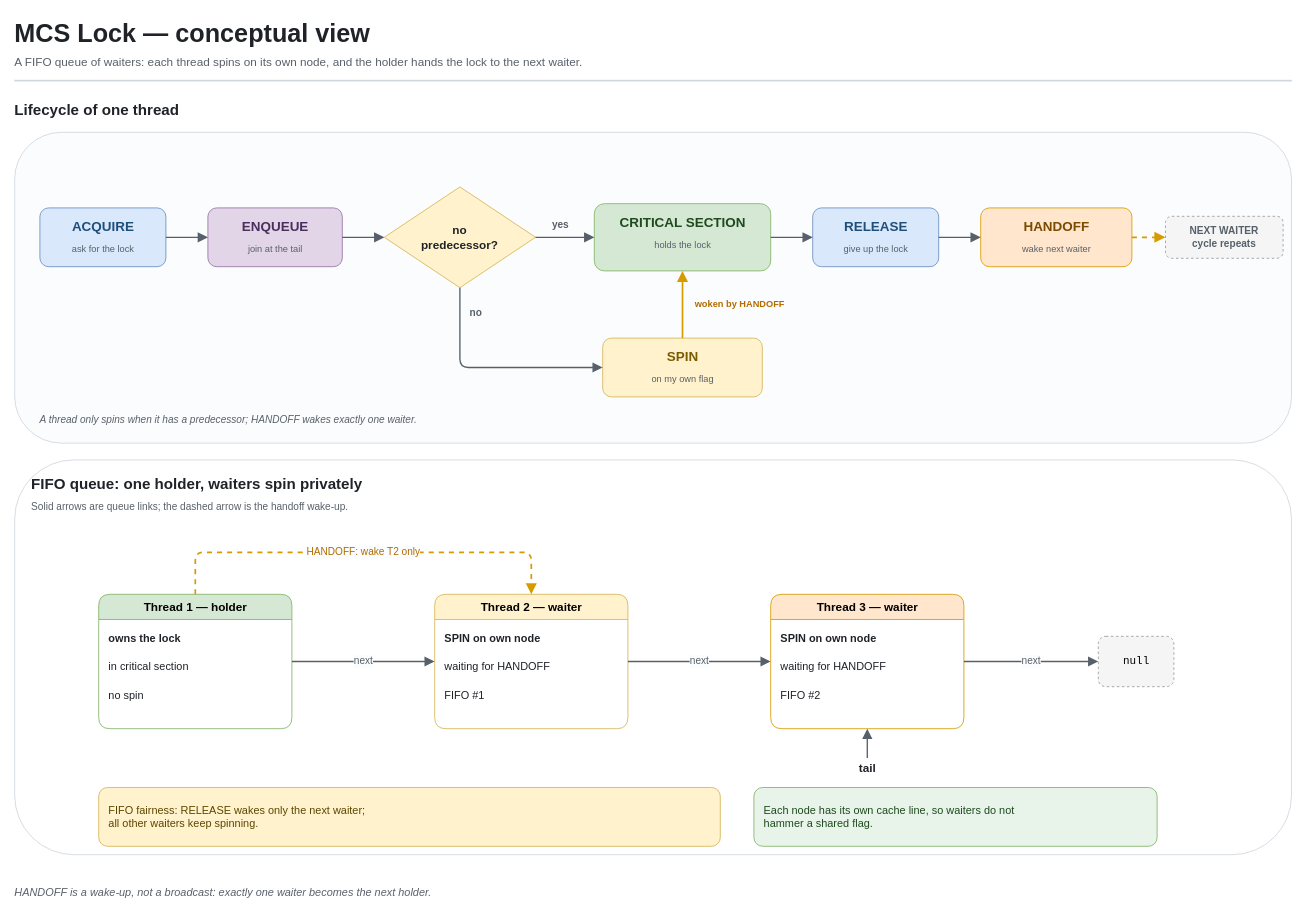
Before: report/figures/mcs_concept.drawio in Kairuss2411/Parallel-Computing-Assigment-1, a draw.io diagram. Source tidied: cells renumbered, new cells numbered last; positions are measured from the earlier drawing's top-left corner, leaving out a move shared by most shapes. Both pictures are drawn from the tidied source at 84%, with x=0, y=0 at pixel (14, 14).
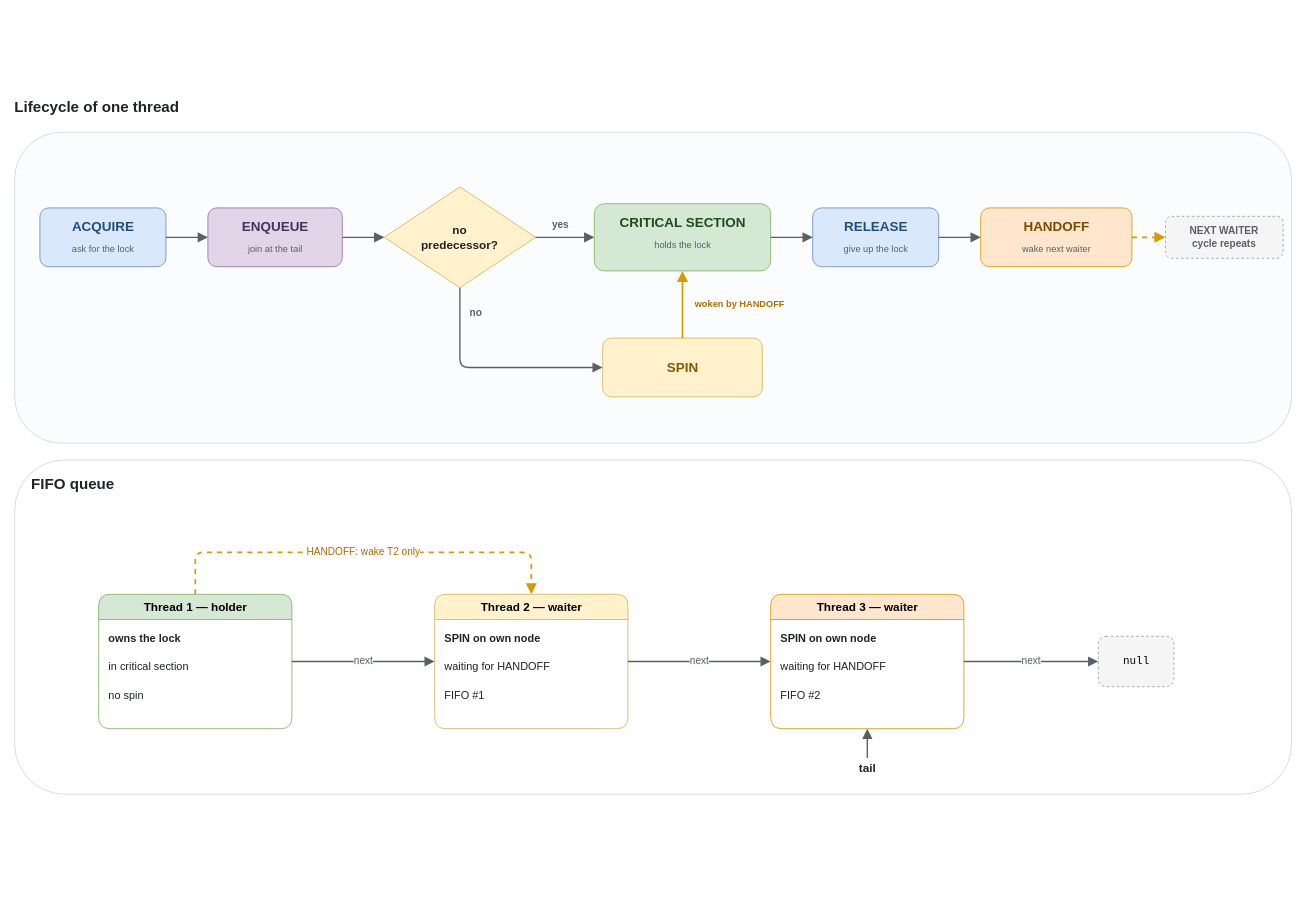
The same diagram, later.

Commit message (it also covers changes not shown here):
Update MCS concept diagram

The change refers to these unchanged cells:
```xml
<mxCell id="25" style="rounded=1;html=1;fillColor=#fff2cc;strokeColor=#d6b656;" parent="1" vertex="1">
  <mxGeometry x="700" y="385" width="190" height="70" as="geometry" />
</mxCell>
```

Diff of the diagram source:
```diff
@@
-    <mxCell id="2" value="MCS Lock — conceptual view" style="text;html=1;whiteSpace=nowrap;align=left;verticalAlign=middle;fontSize=30;fontColor=#1f2328;fontFamily=Helvetica;spacing=0;fontStyle=1;" parent="1" vertex="1">
-      <mxGeometry width="1520" height="44" as="geometry" />
-    </mxCell>
-    <mxCell id="3" value="A FIFO queue of waiters: each thread spins on its own node, and the holder hands the lock to the next waiter." style="text;html=1;whiteSpace=nowrap;align=left;verticalAlign=middle;fontSize=14;fontColor=#57606a;fontFamily=Helvetica;spacing=0;" parent="1" vertex="1">
-      <mxGeometry y="44" width="1520" height="26" as="geometry" />
-    </mxCell>
-    <mxCell id="4" style="rounded=0;html=1;fillColor=none;strokeColor=#d0d7de;strokeWidth=1;" parent="1" vertex="1">
-      <mxGeometry y="78" width="1520" height="1" as="geometry" />
-    </mxCell>
     <mxCell id="5" value="Lifecycle of one thread" style="text;html=1;whiteSpace=nowrap;align=left;verticalAlign=middle;fontSize=18;fontColor=#1f2328;fontFamily=Helvetica;spacing=0;fontStyle=1;" parent="1" vertex="1">
-      <mxGeometry y="100" width="900" height="28" as="geometry" />
+      <mxGeometry y="96" width="900" height="28" as="geometry" />
     </mxCell>
@@
-    <mxCell id="7" value="A thread only spins when it has a predecessor; HANDOFF wakes exactly one waiter." style="text;html=1;whiteSpace=nowrap;align=left;verticalAlign=middle;fontSize=12;fontColor=#57606a;fontFamily=Helvetica;spacing=0;fontStyle=2;" parent="1" vertex="1">
-      <mxGeometry x="30" y="470" width="1400" height="24" as="geometry" />
-    </mxCell>
@@
     <mxCell id="26" value="SPIN" style="text;html=1;whiteSpace=nowrap;align=center;verticalAlign=middle;fontSize=16;fontColor=#7a5b00;fontFamily=Helvetica;spacing=0;fontStyle=1;" parent="25" vertex="1">
-      <mxGeometry y="8" width="190" height="28" as="geometry" />
+      <mxGeometry y="21" width="190" height="28" as="geometry" />
     </mxCell>
-    <mxCell id="27" value="on my own flag" style="text;html=1;whiteSpace=nowrap;align=center;verticalAlign=middle;fontSize=11;fontColor=#57606a;fontFamily=Helvetica;spacing=0;" parent="25" vertex="1">
-      <mxGeometry y="38" width="190" height="22" as="geometry" />
-    </mxCell>
@@
     <mxCell id="39" style="rounded=1;html=1;fillColor=#ffffff;strokeColor=#d0d7de;" parent="1" vertex="1">
-      <mxGeometry y="530" width="1520" height="470" as="geometry" />
+      <mxGeometry y="530" width="1520" height="398" as="geometry" />
     </mxCell>
-    <mxCell id="40" value="FIFO queue: one holder, waiters spin privately" style="text;html=1;whiteSpace=nowrap;align=left;verticalAlign=middle;fontSize=18;fontColor=#1f2328;fontFamily=Helvetica;spacing=0;fontStyle=1;" parent="1" vertex="1">
+    <mxCell id="40" value="FIFO queue" style="text;html=1;whiteSpace=nowrap;align=left;verticalAlign=middle;fontSize=18;fontColor=#1f2328;fontFamily=Helvetica;spacing=0;fontStyle=1;" parent="1" vertex="1">
       <mxGeometry x="20" y="545" width="1200" height="28" as="geometry" />
     </mxCell>
-    <mxCell id="41" value="Solid arrows are queue links; the dashed arrow is the handoff wake-up." style="text;html=1;whiteSpace=nowrap;align=left;verticalAlign=middle;fontSize=12;fontColor=#57606a;fontFamily=Helvetica;spacing=0;" parent="1" vertex="1">
-      <mxGeometry x="20" y="575" width="1200" height="22" as="geometry" />
-    </mxCell>
@@
-    <mxCell id="61" value="FIFO fairness: RELEASE wakes only the next waiter;&#10;all other waiters keep spinning." style="rounded=1;html=1;fillColor=#fff2cc;strokeColor=#d6b656;align=left;verticalAlign=middle;spacing=12;fontSize=13;fontColor=#5c4700;" parent="1" vertex="1">
-      <mxGeometry x="100" y="920" width="740" height="70" as="geometry" />
-    </mxCell>
-    <mxCell id="62" value="Each node has its own cache line, so waiters do not&#10;hammer a shared flag." style="rounded=1;html=1;fillColor=#e8f4ea;strokeColor=#82b366;align=left;verticalAlign=middle;spacing=12;fontSize=13;fontColor=#1e4a1e;" parent="1" vertex="1">
-      <mxGeometry x="880" y="920" width="480" height="70" as="geometry" />
-    </mxCell>
-    <mxCell id="63" value="HANDOFF is a wake-up, not a broadcast: exactly one waiter becomes the next holder." style="text;html=1;whiteSpace=nowrap;align=left;verticalAlign=middle;fontSize=13;fontColor=#57606a;fontFamily=Helvetica;spacing=0;fontStyle=2;" parent="1" vertex="1">
-      <mxGeometry y="1030" width="1520" height="30" as="geometry" />
-    </mxCell>
```
